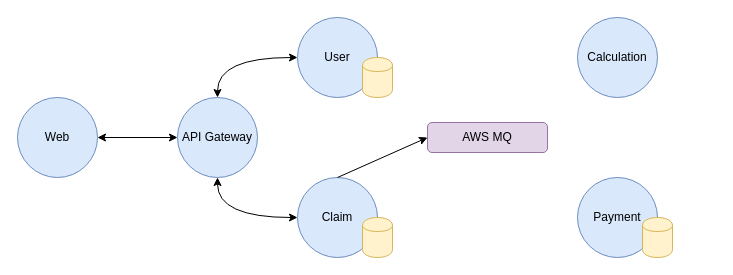
johnwatson484/diagrams keeps this draw.io diagram as Untitled Diagram.drawio. Above is the earlier version. Source tidied: cells renumbered, new cells numbered last; positions are measured from the earlier drawing's top-left corner, leaving out a move shared by most shapes. Both pictures are drawn from the tidied source at 100%, with x=0, y=0 at pixel (17, 17).
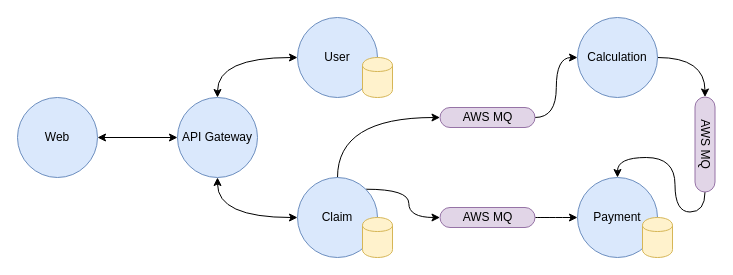
After the change.

Commit message:
Update FFC Demo Overview.drawio

The change refers to these unchanged cells:
```xml
<mxCell id="5" value="Calculation" style="ellipse;whiteSpace=wrap;html=1;fillColor=#dae8fc;strokeColor=#6c8ebf;" parent="1" vertex="1">
  <mxGeometry x="560" width="80" height="80" as="geometry" />
</mxCell>
<mxCell id="6" value="Payment" style="ellipse;whiteSpace=wrap;html=1;fillColor=#dae8fc;strokeColor=#6c8ebf;" parent="1" vertex="1">
  <mxGeometry x="560" y="160" width="80" height="80" as="geometry" />
</mxCell>
<mxCell id="7" value="Claim" style="ellipse;whiteSpace=wrap;html=1;fillColor=#dae8fc;strokeColor=#6c8ebf;" parent="1" vertex="1">
  <mxGeometry x="280" y="160" width="80" height="80" as="geometry" />
</mxCell>
```

Change to the diagram source:
```diff
@@
+    <mxCell id="16" style="edgeStyle=orthogonalEdgeStyle;curved=1;jumpStyle=arc;jettySize=auto;html=1;exitX=1;exitY=0.5;exitDx=0;exitDy=0;entryX=0;entryY=0.5;entryDx=0;entryDy=0;" parent="1" edge="1" source="5" target="22">
+      <mxGeometry relative="1" as="geometry" />
+    </mxCell>
@@
+    <mxCell id="17" style="edgeStyle=orthogonalEdgeStyle;jumpStyle=arc;jettySize=auto;html=1;exitX=1;exitY=0;exitDx=0;exitDy=0;entryX=0;entryY=0.5;entryDx=0;entryDy=0;curved=1;" parent="1" edge="1" source="7" target="20">
+      <mxGeometry relative="1" as="geometry" />
+    </mxCell>
+    <mxCell id="15" style="edgeStyle=orthogonalEdgeStyle;curved=1;jumpStyle=arc;jettySize=auto;html=1;exitX=0.5;exitY=0;exitDx=0;exitDy=0;entryX=0;entryY=0.5;entryDx=0;entryDy=0;" parent="1" edge="1" source="7" target="12">
+      <mxGeometry relative="1" as="geometry" />
+    </mxCell>
@@
+    <mxCell id="18" style="edgeStyle=orthogonalEdgeStyle;curved=1;jumpStyle=arc;jettySize=auto;html=1;exitX=1;exitY=0.5;exitDx=0;exitDy=0;entryX=0;entryY=0.5;entryDx=0;entryDy=0;" parent="1" edge="1" source="12" target="5">
+      <mxGeometry relative="1" as="geometry" />
+    </mxCell>
-    <mxCell id="12" value="AWS MQ" style="rounded=1;whiteSpace=wrap;html=1;fillColor=#e1d5e7;strokeColor=#9673a6;" parent="1" vertex="1">
-      <mxGeometry x="410" y="105" width="120" height="30" as="geometry" />
+    <mxCell id="12" value="AWS MQ" style="rounded=1;whiteSpace=wrap;html=1;fillColor=#e1d5e7;strokeColor=#9673a6;arcSize=50;rotation=0;" parent="1" vertex="1">
+      <mxGeometry x="422.5" y="90" width="95" height="20" as="geometry" />
     </mxCell>
@@
-    <mxCell id="15" style="endArrow=classic;html=1;exitX=0.5;exitY=0;exitDx=0;exitDy=0;entryX=0;entryY=0.5;entryDx=0;entryDy=0;" parent="1" edge="1" source="7" target="12">
-      <mxGeometry relative="1" as="geometry" />
-    </mxCell>
+    <mxCell id="19" style="edgeStyle=orthogonalEdgeStyle;jumpStyle=arc;jettySize=auto;html=1;exitX=1;exitY=0.5;exitDx=0;exitDy=0;curved=1;" parent="1" edge="1" source="20" target="6">
+      <mxGeometry relative="1" as="geometry" />
+    </mxCell>
+    <mxCell id="20" value="AWS MQ" style="rounded=1;whiteSpace=wrap;html=1;fillColor=#e1d5e7;strokeColor=#9673a6;arcSize=50;rotation=0;" parent="1" vertex="1">
+      <mxGeometry x="422.5" y="190" width="95" height="20" as="geometry" />
+    </mxCell>
+    <mxCell id="21" style="edgeStyle=orthogonalEdgeStyle;curved=1;jumpStyle=arc;jettySize=auto;html=1;exitX=1;exitY=0.5;exitDx=0;exitDy=0;entryX=0.5;entryY=0;entryDx=0;entryDy=0;" parent="1" edge="1" source="22" target="6">
+      <mxGeometry relative="1" as="geometry" />
+    </mxCell>
+    <mxCell id="22" value="AWS MQ" style="rounded=1;whiteSpace=wrap;html=1;fillColor=#e1d5e7;strokeColor=#9673a6;arcSize=50;rotation=90;" parent="1" vertex="1">
+      <mxGeometry x="640" y="117" width="95" height="20" as="geometry" />
+    </mxCell>
```
